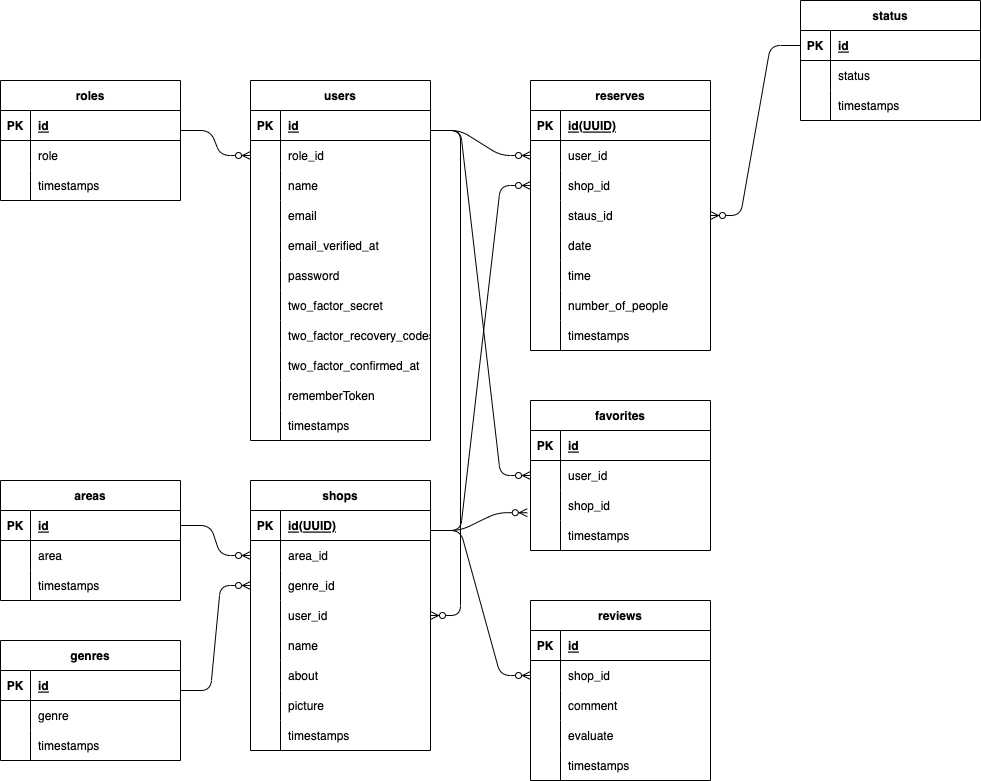
Above: Req/ER2.drawio.png in EpilonPhoenix/Rese (draw.io), before the change. Source tidied: cells renumbered, new cells last; positions are measured from the earlier drawing's top-left corner, leaving out a move shared by most shapes.
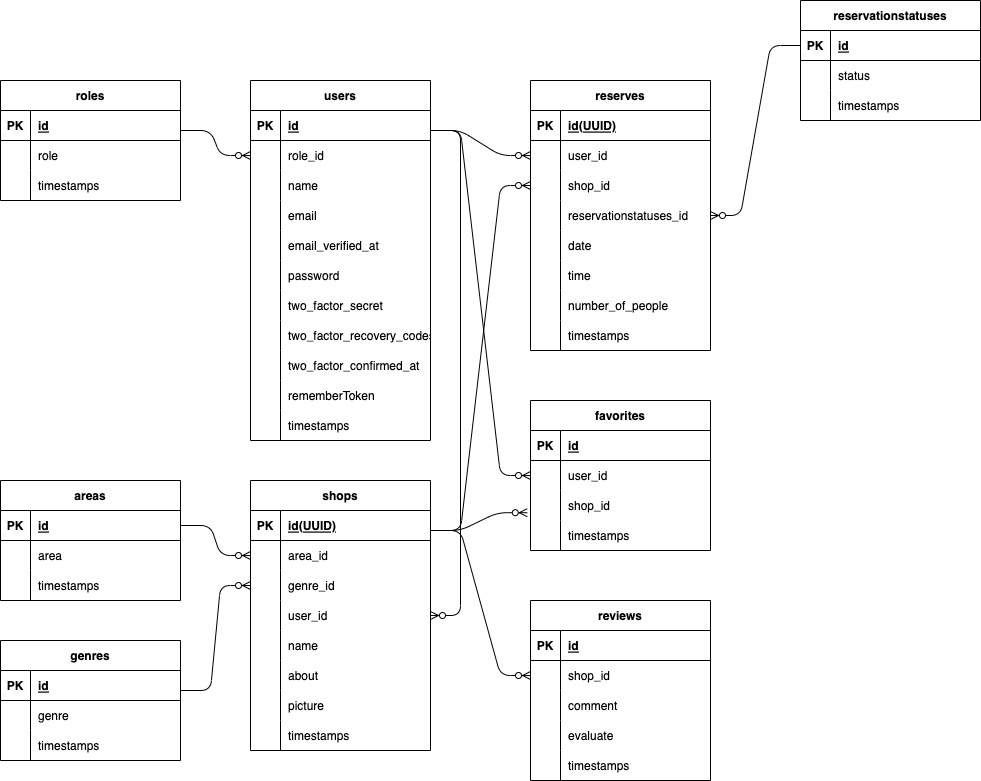
After the change.

Diff of the diagram source:
```diff
@@ -215,7 +215,7 @@
     <mxCell id="72" style="shape=partialRectangle;fillColor=none;top=0;left=0;bottom=0;right=0;overflow=hidden;" parent="71" vertex="1">
       <mxGeometry width="30" height="30" as="geometry" />
     </mxCell>
-    <mxCell id="73" value="staus_id" style="shape=partialRectangle;fillColor=none;top=0;left=0;bottom=0;right=0;align=left;spacingLeft=6;overflow=hidden;" parent="71" vertex="1">
+    <mxCell id="73" value="reservationstatuses_id" style="shape=partialRectangle;fillColor=none;top=0;left=0;bottom=0;right=0;align=left;spacingLeft=6;overflow=hidden;" parent="71" vertex="1">
       <mxGeometry x="30" width="150" height="30" as="geometry" />
     </mxCell>
     <mxCell id="74" style="shape=tableRow;horizontal=0;startSize=0;swimlaneHead=0;swimlaneBody=0;fillColor=none;top=0;left=0;right=0;bottom=0;" parent="61" vertex="1">
@@ -476,7 +476,7 @@
         <mxPoint x="430" y="130" as="sourcePoint" />
       </mxGeometry>
     </mxCell>
-    <mxCell id="154" value="status" style="shape=table;startSize=30;rowLines=0;fontStyle=1;align=center;" parent="1" vertex="1">
+    <mxCell id="154" value="reservationstatuses" style="shape=table;startSize=30;rowLines=0;fontStyle=1;align=center;" parent="1" vertex="1">
       <mxGeometry x="800" width="180" height="120" as="geometry" />
     </mxCell>
     <mxCell id="155" style="shape=tableRow;horizontal=0;startSize=0;swimlaneHead=0;swimlaneBody=0;fillColor=none;points=[[0,0.5],[1,0.5]];portConstraint=eastwest;top=0;left=0;right=0;bottom=1;" parent="154" vertex="1">
```
